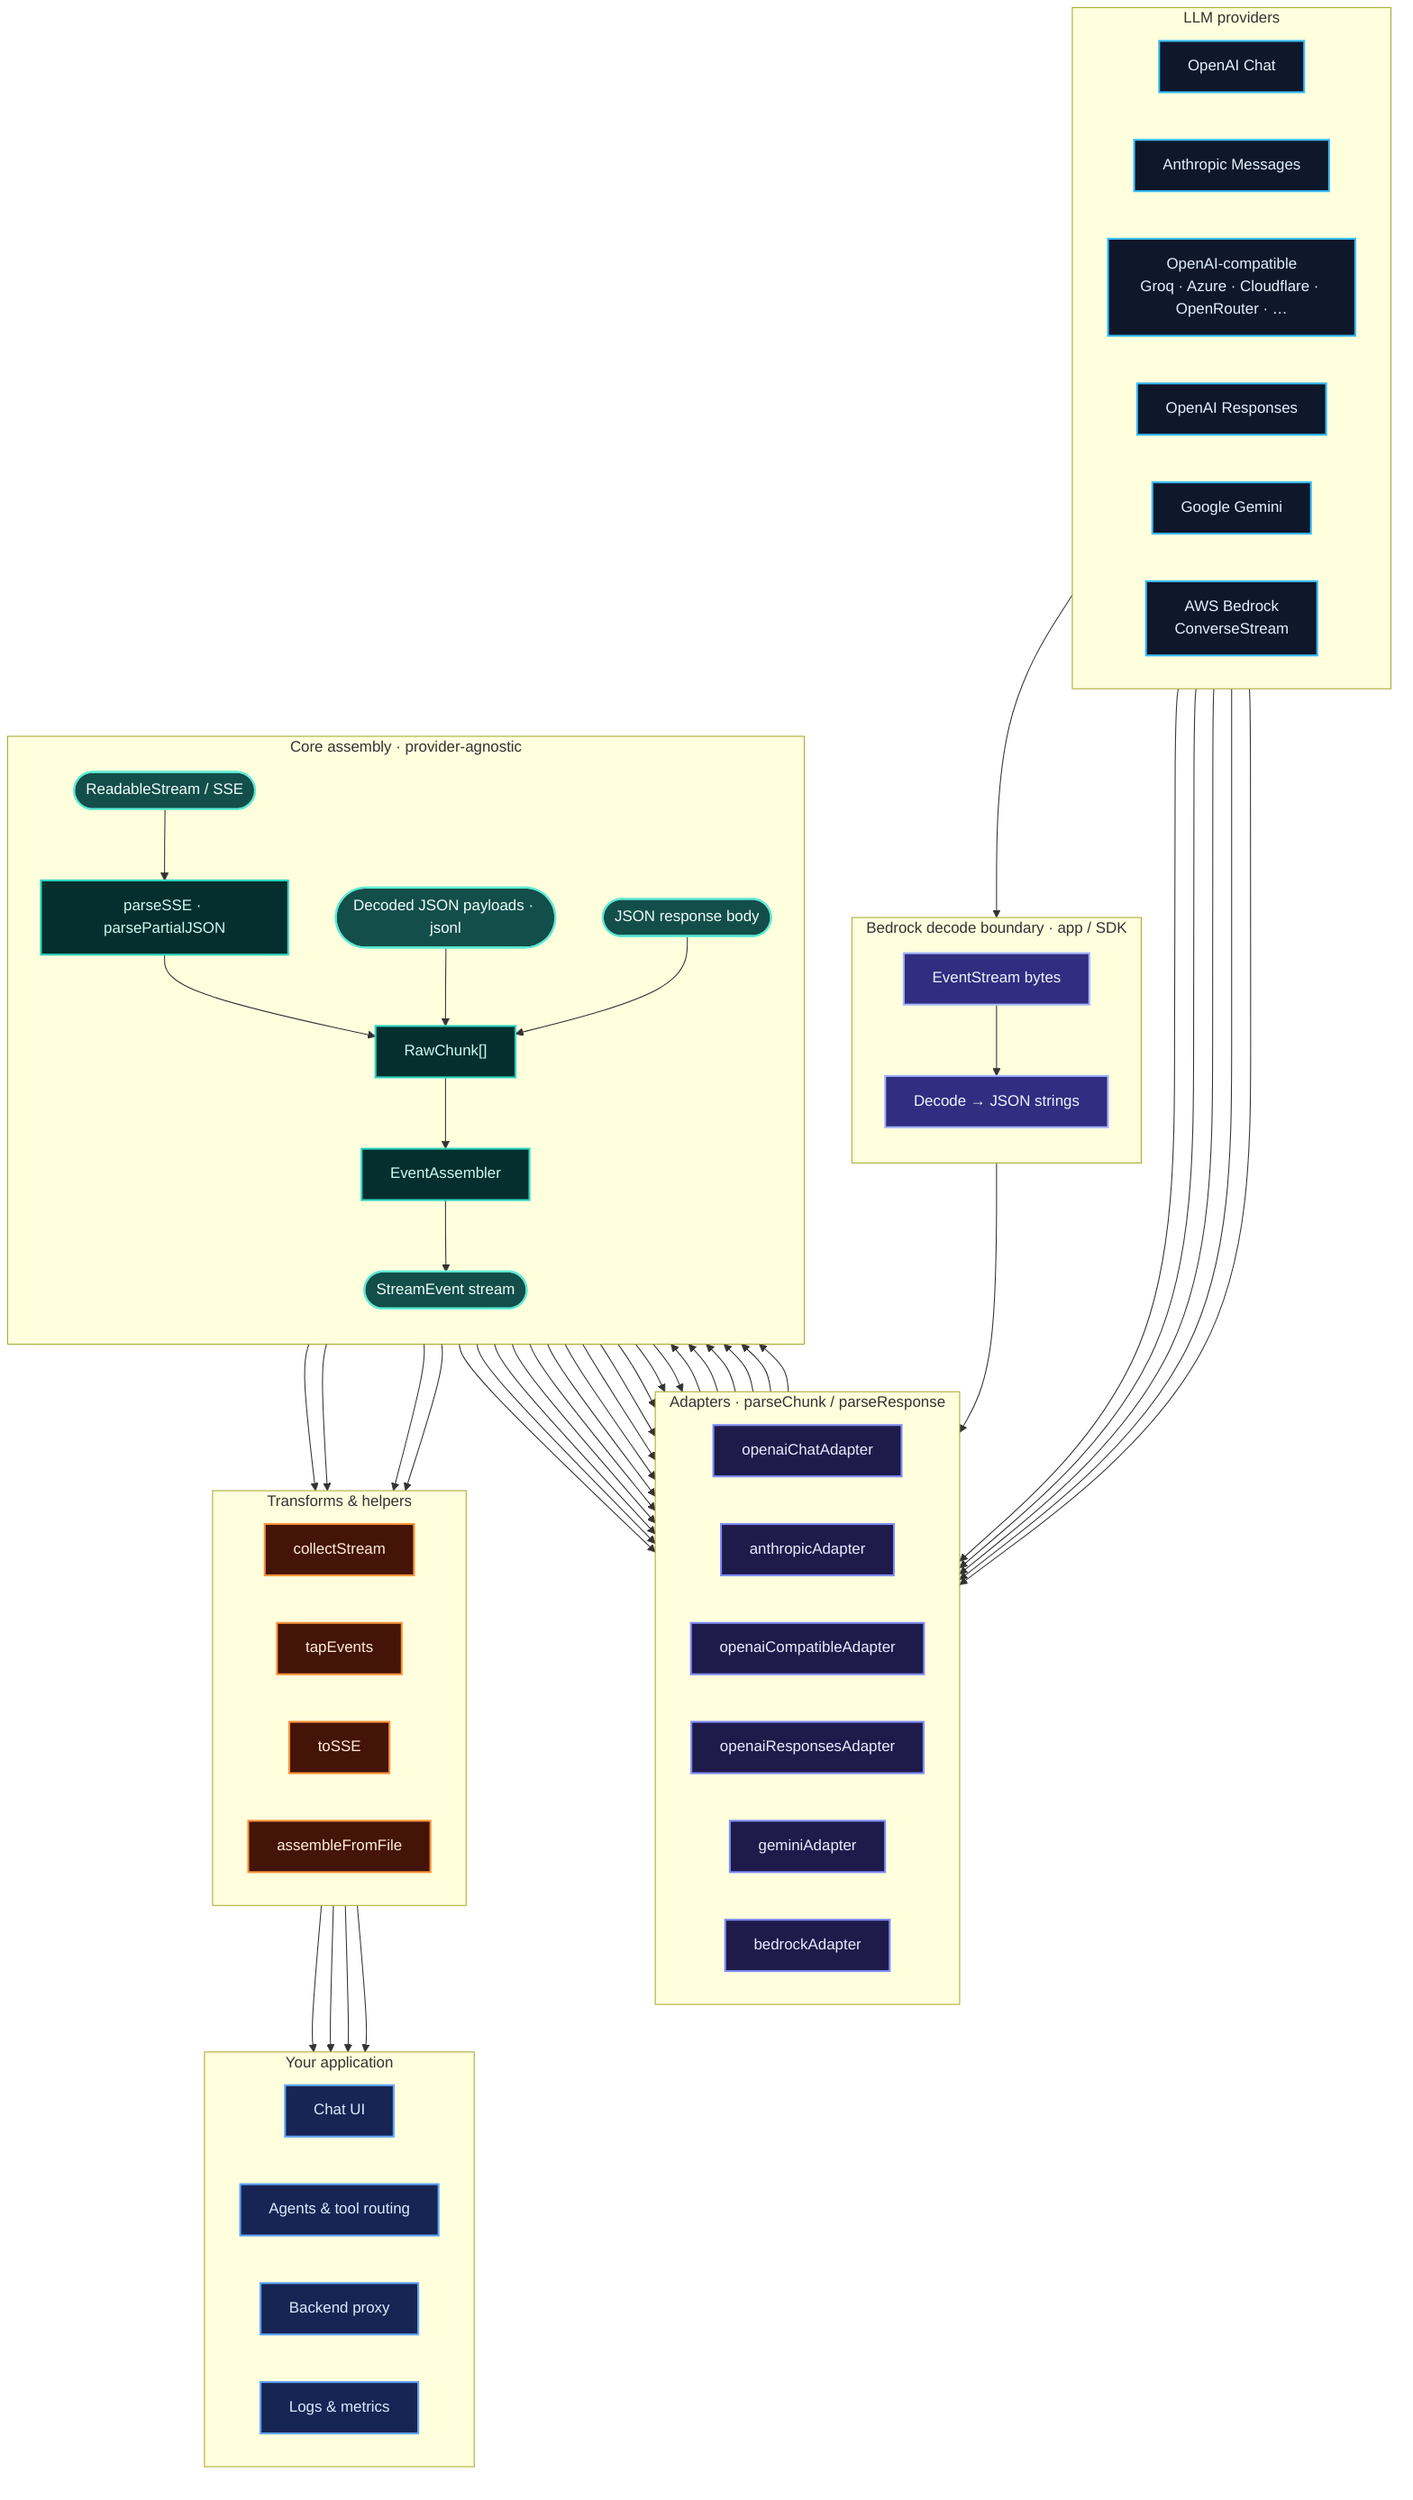
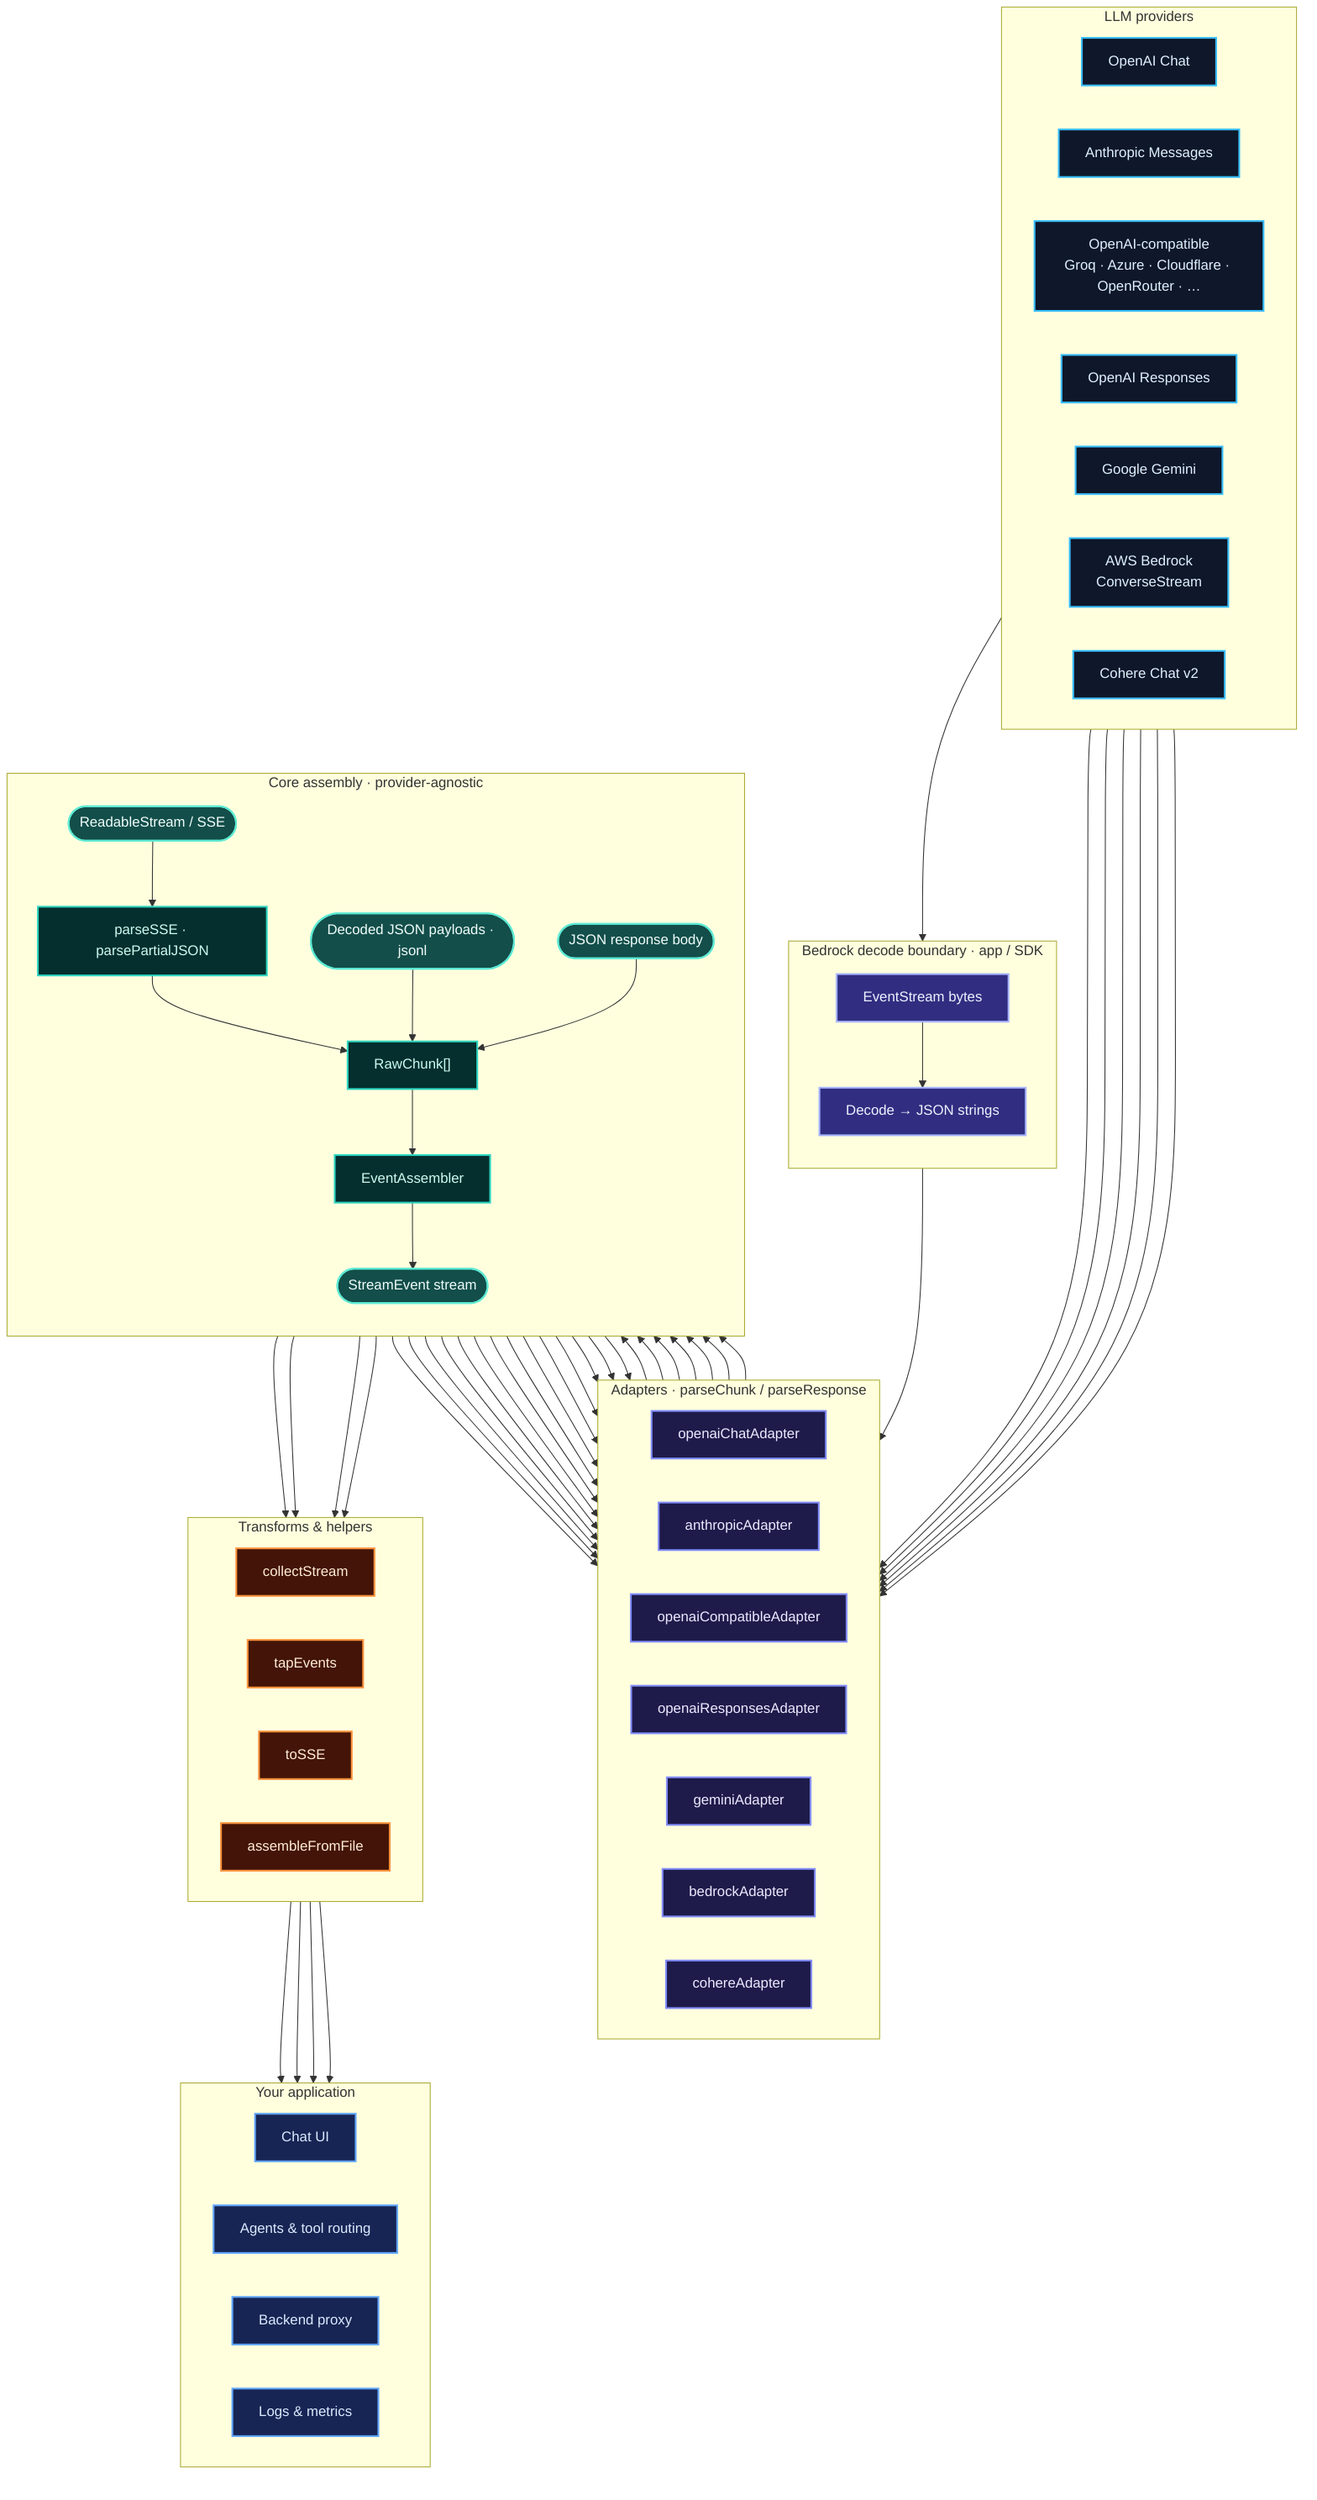
flowchart TB
	subgraph PROVIDERS["LLM providers"]
		direction LR
		PC["OpenAI Chat"]
		PA["Anthropic Messages"]
		PO["OpenAI-compatible<br/>Groq · Azure · Cloudflare · OpenRouter · …"]
		PR["OpenAI Responses"]
		PG["Google Gemini"]
		PB["AWS Bedrock<br/>ConverseStream"]
+ 		PCO["Cohere Chat v2"]
	end

	subgraph ADAPTERS["Adapters · parseChunk / parseResponse"]
		direction LR
		AC["openaiChatAdapter"]
		AA["anthropicAdapter"]
		AO["openaiCompatibleAdapter"]
		AR["openaiResponsesAdapter"]
		AG["geminiAdapter"]
		AB["bedrockAdapter"]
+ 		ACO["cohereAdapter"]
	end

	subgraph DECODE["Bedrock decode boundary · app / SDK"]
		direction TB
		ES["EventStream bytes"]
		DEC["Decode → JSON strings"]
		ES --> DEC
	end

	subgraph CORE["Core assembly · provider-agnostic"]
		direction TB
		STREAM(["ReadableStream / SSE"])
		JSON(["JSON response body"])
		PAYLOADS(["Decoded JSON payloads · jsonl"])
		PARSE["parseSSE · parsePartialJSON"]
		RAW["RawChunk[]"]
		ASM["EventAssembler"]
		EVENTS(["StreamEvent stream"])
		STREAM --> PARSE --> RAW --> ASM --> EVENTS
		PAYLOADS --> RAW
		JSON --> RAW
	end

	subgraph TRANSFORMS["Transforms & helpers"]
		direction LR
		COL["collectStream"]
		TAP["tapEvents"]
		SSEOUT["toSSE"]
		REPLAY["assembleFromFile"]
	end

	subgraph APPS["Your application"]
		direction LR
		UI["Chat UI"]
		AGENT["Agents & tool routing"]
		PROXY["Backend proxy"]
		OBS["Logs & metrics"]
	end

	PC --> AC
	PA --> AA
	PO --> AO
	PR --> AR
	PG --> AG
	PB --> ES
	DEC --> AB
+ 	PCO --> ACO
	PARSE --> AC
	PARSE --> AA
	PARSE --> AO
	PARSE --> AR
	PARSE --> AG
+ 	PARSE --> ACO
	PAYLOADS --> AB
	AC --> RAW
	AA --> RAW
	AO --> RAW
	AR --> RAW
	AG --> RAW
	AB --> RAW
+ 	ACO --> RAW
	JSON --> AC
	JSON --> AA
	JSON --> AO
	JSON --> AR
	JSON --> AG
	JSON --> AB
+ 	JSON --> ACO
	EVENTS --> COL
	EVENTS --> TAP
	EVENTS --> SSEOUT
	EVENTS --> REPLAY
	COL --> UI
	COL --> AGENT
	SSEOUT --> PROXY
	TAP --> OBS

	classDef provider fill:#0f172a,stroke:#38bdf8,stroke-width:2px,color:#e0f2fe
	classDef adapter fill:#1e1b4b,stroke:#818cf8,stroke-width:2px,color:#ede9fe
	classDef decode fill:#312e81,stroke:#a5b4fc,stroke-width:2px,color:#eef2ff
	classDef core fill:#042f2e,stroke:#2dd4bf,stroke-width:2px,color:#ccfbf1
	classDef io fill:#134e4a,stroke:#5eead4,stroke-width:2px,color:#f0fdfa
	classDef transform fill:#431407,stroke:#fb923c,stroke-width:2px,color:#ffedd5
	classDef app fill:#172554,stroke:#60a5fa,stroke-width:2px,color:#dbeafe

- 	class PC,PA,PO,PR,PG,PB provider
- 	class AC,AA,AO,AR,AG,AB adapter
+ 	class PC,PA,PO,PR,PG,PB,PCO provider
+ 	class AC,AA,AO,AR,AG,AB,ACO adapter
	class ES,DEC decode
	class PARSE,RAW,ASM core
	class STREAM,JSON,PAYLOADS,EVENTS io
	class COL,TAP,SSEOUT,REPLAY transform
	class UI,AGENT,PROXY,OBS app
